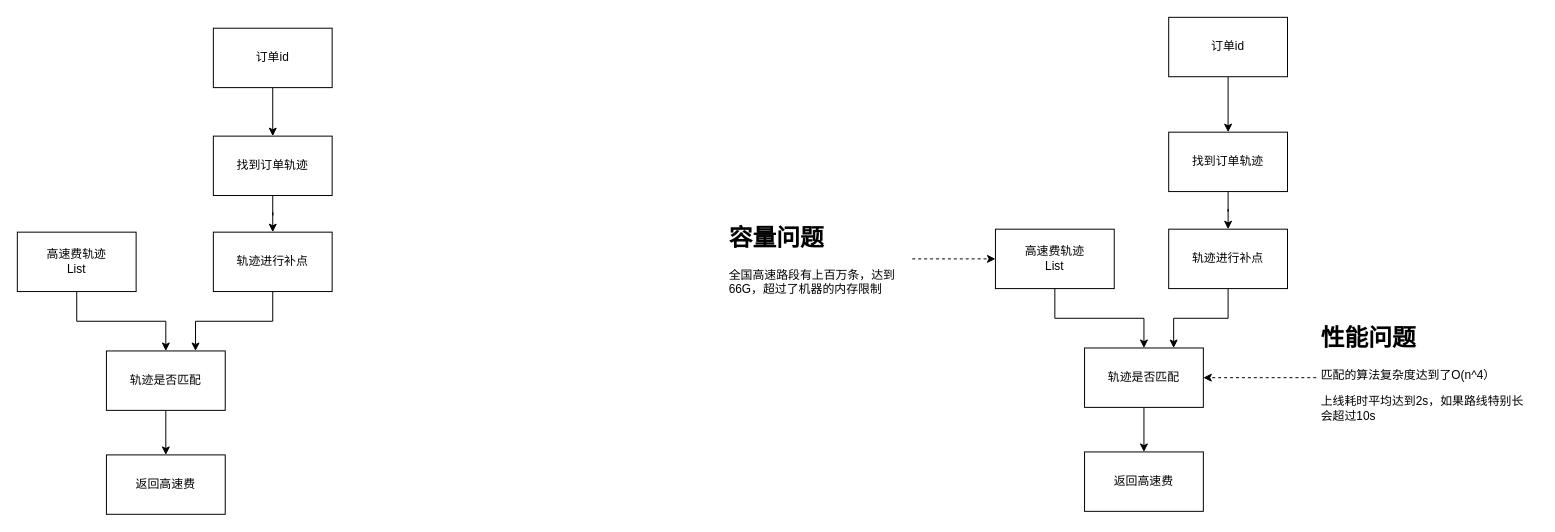
Above: page "第 3 页" (3 of 4) of 汇报.drawio in leonwcy/test (draw.io), before the change. Source tidied: cells renumbered, new cells numbered last; positions are measured from the earlier drawing's top-left corner, leaving out a move shared by most shapes. Both pictures are drawn from the tidied source at 99%, with x=0, y=0 at pixel (17, 17).
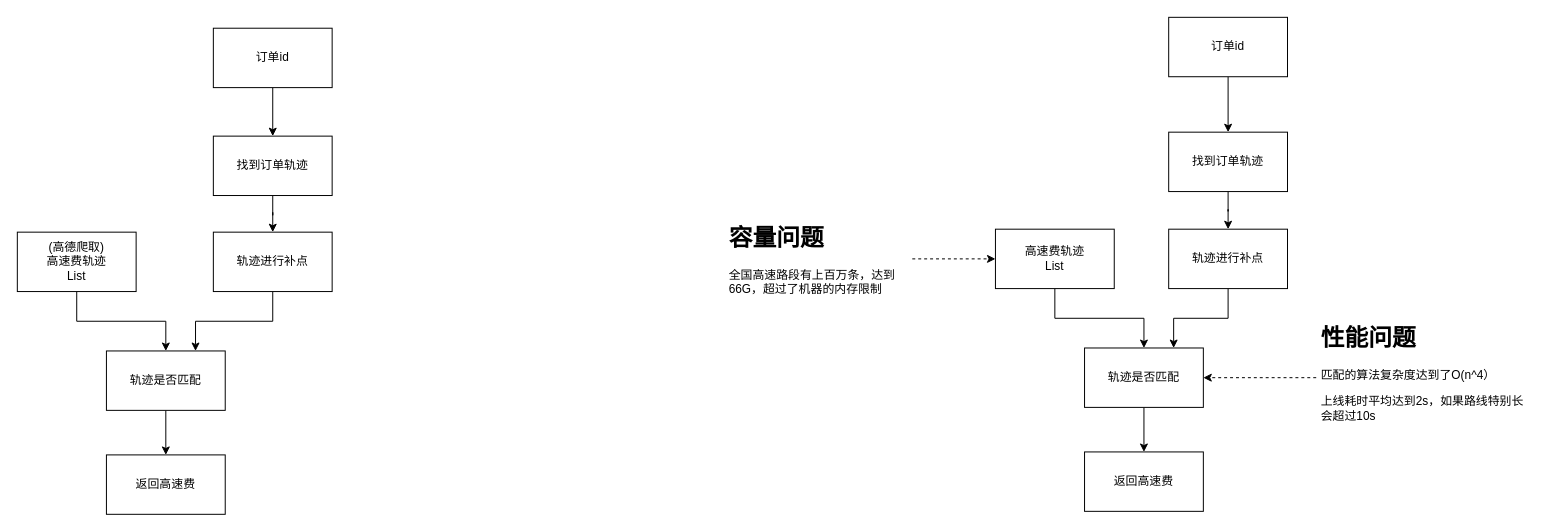
After the change.

Diff of the diagram source:
```diff
@@
-    <mxCell id="7" value="高速费轨迹&lt;br&gt;List" style="rounded=0;whiteSpace=wrap;html=1;" parent="1" vertex="1">
+    <mxCell id="7" value="(高德爬取)&lt;br&gt;高速费轨迹&lt;br&gt;List" style="rounded=0;whiteSpace=wrap;html=1;" parent="1" vertex="1">
       <mxGeometry y="217" width="120" height="60" as="geometry" />
     </mxCell>
```
